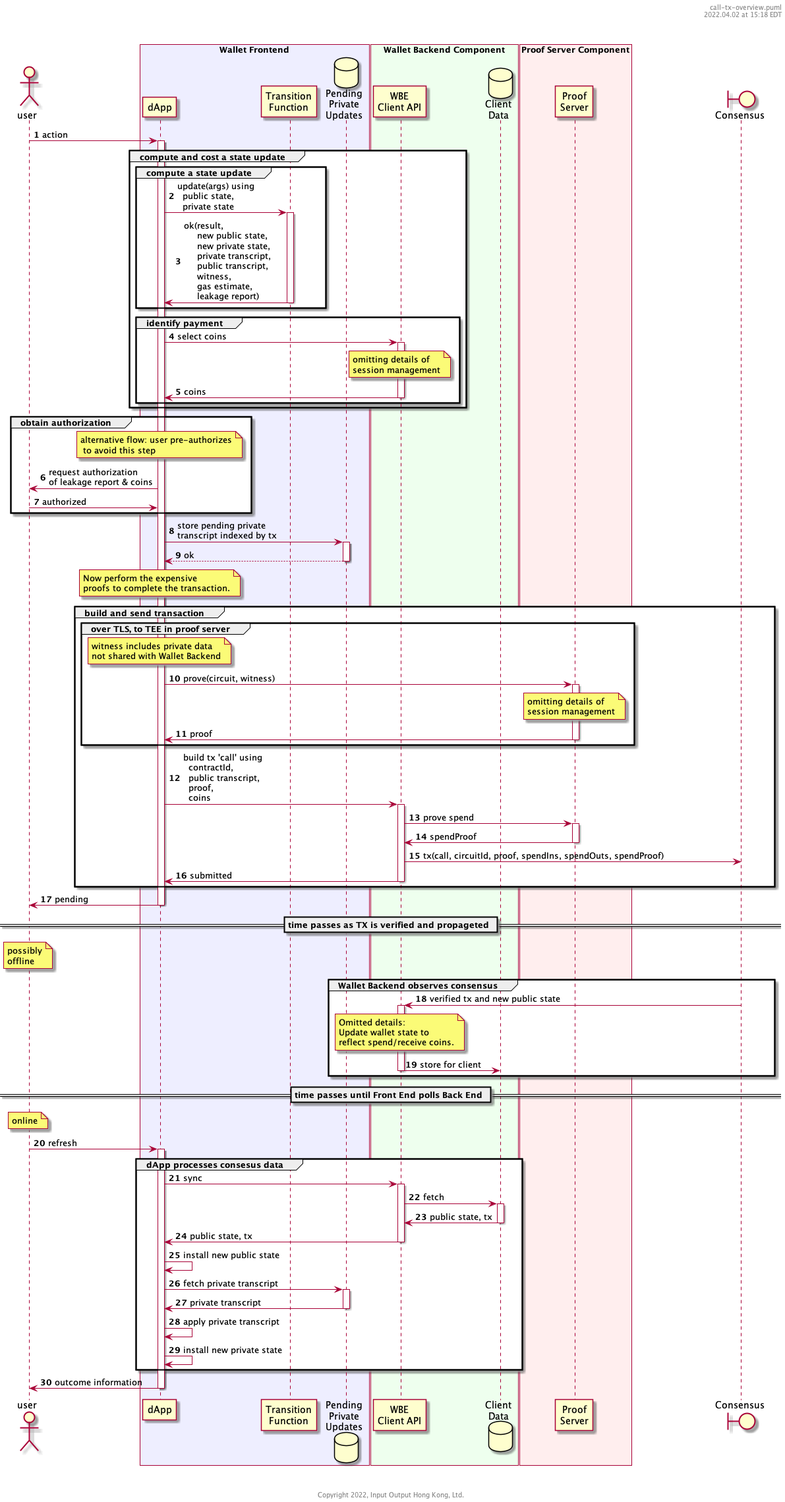
The PlantUML diagram user-flows/dapp-user/call-tx-overview.png in midnightntwrk/midnight-architecture, before a commit.
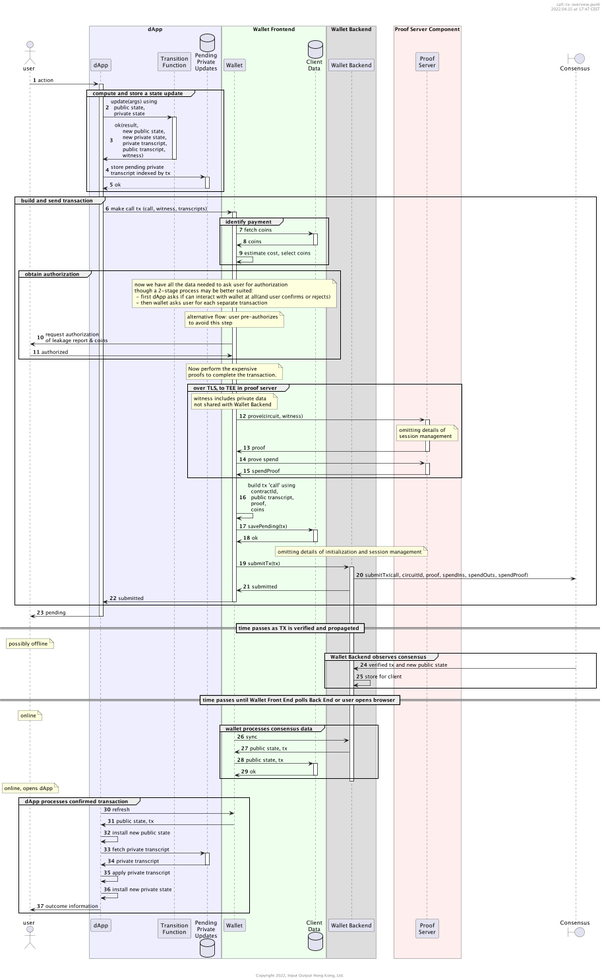
Above is the later version.

Commit message:
Update overview flow with separated dapp, wallet and wallet backend

Diff of the diagram source:
```diff
@@ -4,14 +4,17 @@
 
 actor user
 
-box "Wallet Frontend" #eef
+box "dApp" #eef
         participant dApp as dapp
         participant "Transition\nFunction" as gamma
         database "Pending\nPrivate\nUpdates" as pending
 end box
-box "Wallet Backend Component" #efe
-        participant "WBE\nClient API" as walletBackend
+box "Wallet Frontend" #efe
+        participant "Wallet" as wallet
         database "Client\nData" as clientData
+end box
+box "Wallet Backend"
+    participant "Wallet Backend" as walletBackend
 end box
 box "Proof Server Component" #fee
         participant "Proof\nServer" as proofServer
@@ -25,57 +28,59 @@
 
 activate dapp
 
-        group compute and cost a state update
-                group compute a state update
-                        dapp -> gamma : update(args) using\n  public state,\n  private state
-                        activate gamma
-                                gamma -> dapp : ok(result,\n     new public state,\n     new private state,\n     private transcript,\n     public transcript,\n     witness,\n     gas estimate,\n     leakage report)
-                        deactivate gamma
+
+        group compute and store a state update
+                dapp -> gamma : update(args) using\n  public state,\n  private state
+                activate gamma
+                        gamma -> dapp : ok(result,\n     new public state,\n     new private state,\n     private transcript,\n     public transcript,\n     witness)
+                deactivate gamma
+
+            dapp -> pending ++ : store pending private\ntranscript indexed by tx
+            return ok
+        end
+
+        group build and send transaction
+                dapp -> wallet : make call tx (call, witness, transcripts)
+                activate wallet
+                group identify payment
+                            wallet -> clientData ++ : fetch coins
+                            clientData -> wallet : coins
+                        deactivate clientData
+                        wallet -> wallet : estimate cost, select coins
                 end
 
-                group identify payment
-                        dapp -> walletBackend : select coins
-                        activate walletBackend
-                                note over walletBackend: omitting details of\nsession management
-                                walletBackend -> dapp : coins
-                        deactivate walletBackend
+                group obtain authorization
+                        note over wallet : now we have all the data needed to ask user for authorization\nthough a 2-stage process may be better suited:\n - first dApp asks if can interact with wallet at all(and user confirms or rejects)\n - then wallet asks user for each separate transaction
+                        note over wallet: alternative flow: user pre-authorizes\n to avoid this step
+                        wallet -> user : request authorization\nof leakage report & coins
+                        user -> wallet : authorized
+                end
 
-                end
-        end
-
-        group obtain authorization
-                note over dapp: alternative flow: user pre-authorizes\n to avoid this step
-                dapp -> user : request authorization\nof leakage report & coins
-                user -> dapp : authorized
-        end
-
-        dapp -> pending ++ : store pending private\ntranscript indexed by tx
-        return ok
-
-
-        note over dapp: Now perform the expensive\nproofs to complete the transaction.
-
-
-
-        group build and send transaction
+                note over wallet: Now perform the expensive\nproofs to complete the transaction.
                 group over TLS, to TEE in proof server
-                        note over dapp: witness includes private data\nnot shared with Wallet Backend
-                        dapp -> proofServer : prove(circuit, witness)
+                        note over wallet: witness includes private data\nnot shared with Wallet Backend
+                        wallet -> proofServer : prove(circuit, witness)
                         activate proofServer
                                 note over proofServer: omitting details of\nsession management
-                                proofServer -> dapp : proof
+                                proofServer -> wallet : proof
+                        deactivate proofServer
+
+                        wallet -> proofServer : prove spend
+                        activate proofServer
+                                proofServer -> wallet : spendProof
                         deactivate proofServer
                 end
 
-                dapp -> walletBackend : build tx 'call' using\n  contractId,\n  public transcript,\n  proof,\n  coins
+                wallet -> wallet : build tx 'call' using\n  contractId,\n  public transcript,\n  proof,\n  coins
+                wallet -> clientData ++ : savePending(tx)
+                clientData -> wallet -- : ok
+                note over walletBackend : omitting details of initialization and session management
+                wallet -> walletBackend : submitTx(tx)
                 activate walletBackend
-                        walletBackend -> proofServer : prove spend
-                        activate proofServer
-                                proofServer -> walletBackend : spendProof
-                        deactivate proofServer
-                        walletBackend -> consensus : tx(call, circuitId, proof, spendIns, spendOuts, spendProof)
-                        walletBackend -> dapp : submitted
-                deactivate walletBackend
+                        walletBackend -> consensus : submitTx(call, circuitId, proof, spendIns, spendOuts, spendProof)
+                        walletBackend -> wallet : submitted
+                wallet -> dapp : submitted
+                deactivate wallet
         end
 
         dapp -> user: pending
@@ -85,43 +90,41 @@
 deactivate dapp
 
 
-note over user: possibly\noffline
+note over user: possibly offline
 
 group Wallet Backend observes consensus
         consensus -> walletBackend : verified tx and new public state
-        activate walletBackend
-                note over walletBackend
-                        Omitted details:
-                        Update wallet state to
-                        reflect spend/receive coins.
-                end note
-                walletBackend -> clientData : store for client
-        deactivate walletBackend
+        walletBackend -> walletBackend : store for client
 end
 
-== time passes until Front End polls Back End ==
+== time passes until Wallet Front End polls Back End or user opens browser ==
 
 note over user: online
 
-user -> dapp : refresh
-activate dapp
+activate wallet
 
-        group dApp processes consesus data
-                dapp -> walletBackend : sync
-                activate walletBackend
-                        walletBackend -> clientData ++ : fetch
-                        clientData -> walletBackend -- : public state, tx
-                        walletBackend -> dapp : public state, tx
-                deactivate walletBackend
-                dapp -> dapp : install new public state
-                dapp -> pending ++ : fetch private transcript
-                pending -> dapp -- : private transcript
-                dapp -> dapp : apply private transcript
-                dapp -> dapp : install new private state
-        end
+group wallet processes consensus data
+    wallet -> walletBackend : sync
+    walletBackend -> wallet :  public state, tx
+    wallet -> clientData ++ : public state, tx
+    clientData -> wallet -- : ok
+end
 
+deactivate walletBackend
+
+note over user: online, opens dApp
+group dApp processes confirmed transaction
+    activate dapp
+        dapp -> wallet: refresh
+        wallet -> dapp: public state, tx
+        dapp -> dapp : install new public state
+        dapp -> pending ++ : fetch private transcript
+        pending -> dapp -- : private transcript
+        dapp -> dapp : apply private transcript
+        dapp -> dapp : install new private state
         dapp -> user : outcome information
-deactivate dapp
+    deactivate dapp
+end
 
 
 footer \n\n\nCopyright %date("yyyy"), Input Output Hong Kong, Ltd.
```
